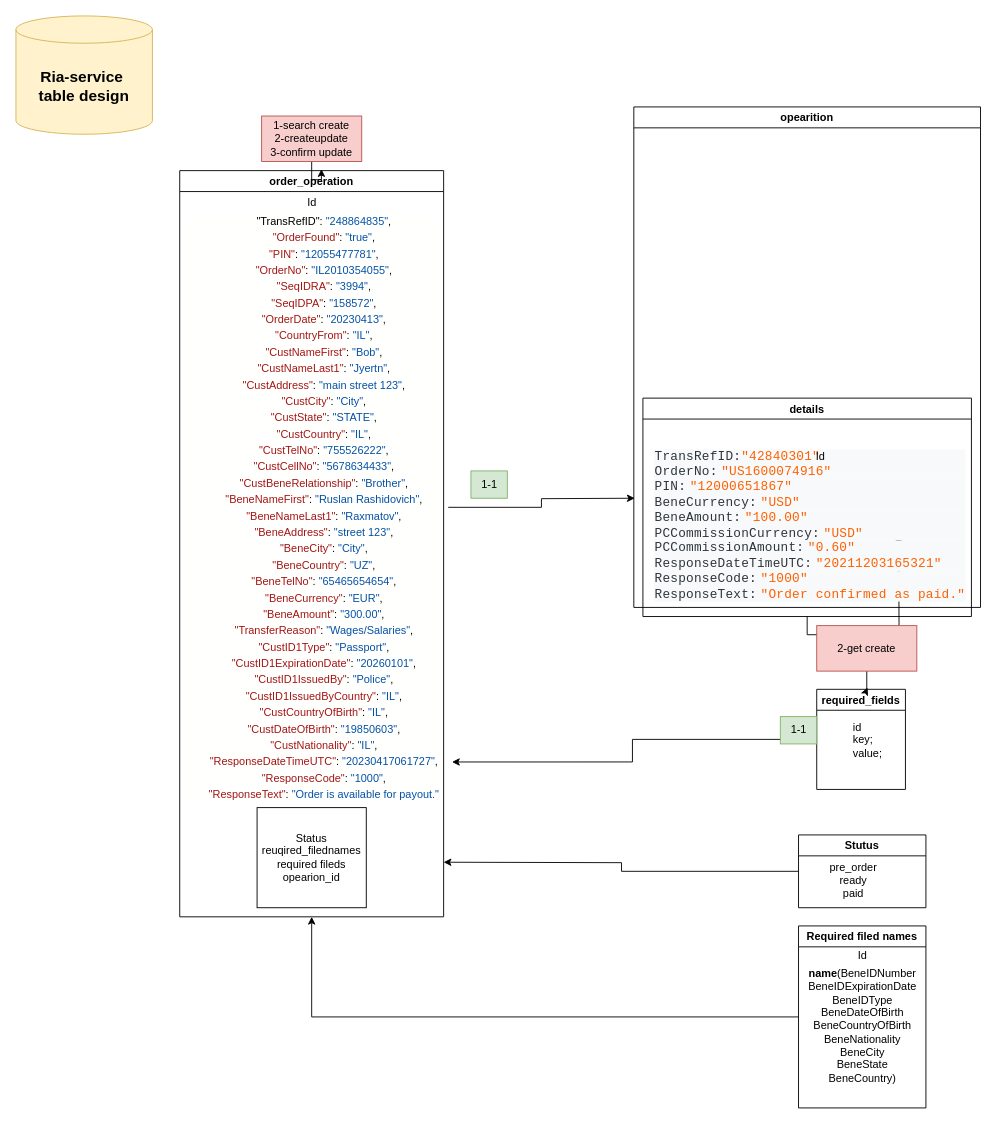
This is draw/src/Restore.drawio from Sanjarbekk/draw, a draw.io file, before an edit. Source tidied: cells renumbered, new cells numbered last; positions are measured from the earlier drawing's top-left corner, leaving out a move shared by most shapes. Both pictures are drawn from the tidied source at 91%, with x=0, y=0 at pixel (15, 15).
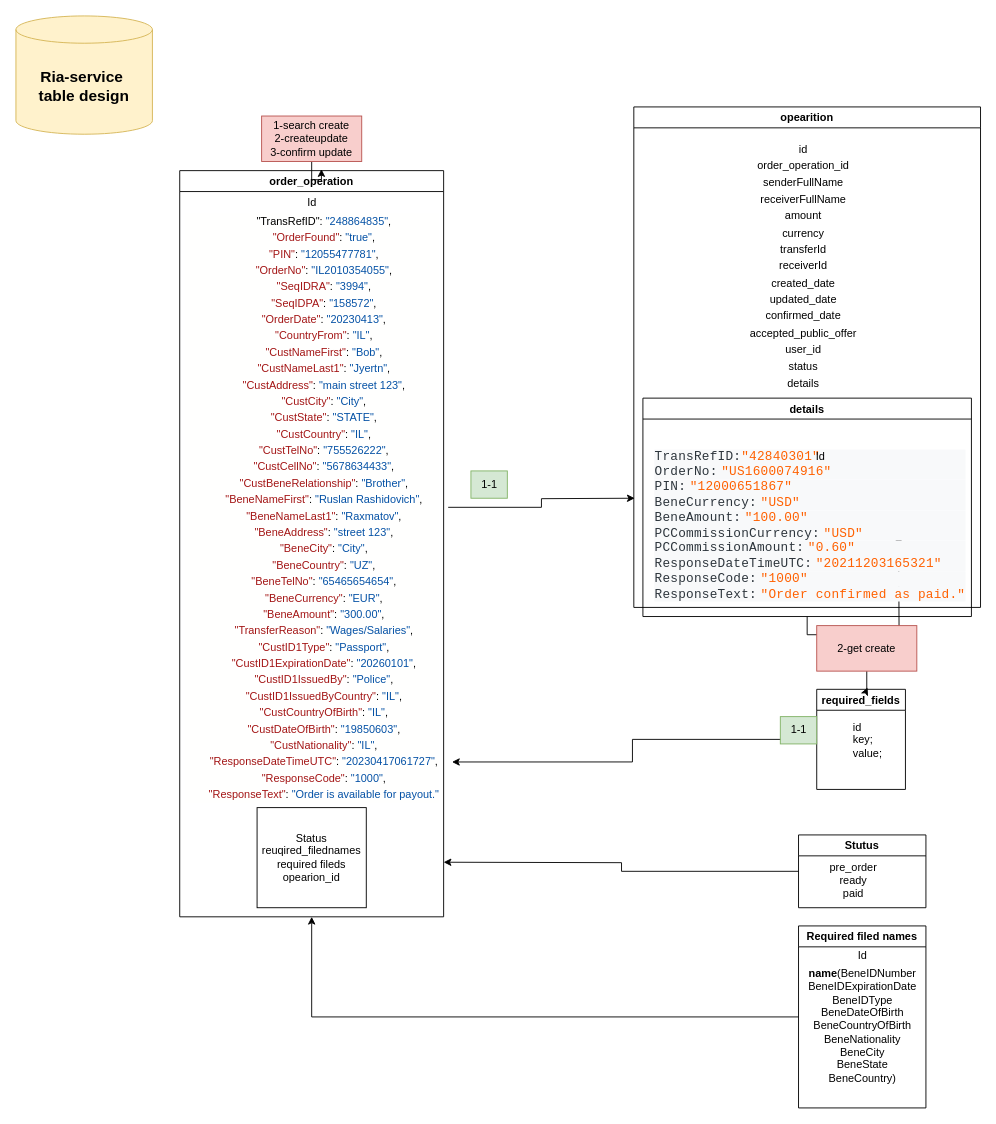
The same page after the edit.

The change refers to these unchanged cells:
```xml
<mxCell id="24" value="opearition" style="swimlane;" parent="1" vertex="1">
  <mxGeometry x="679" y="100" width="381" height="550" as="geometry" />
</mxCell>
```

Diff of the diagram source:
```diff
@@
+    <mxCell id="30" value="&lt;table class=&quot;simple-table&quot; id=&quot;658775f5-28e8-45a2-a529-dcf2a6786003&quot;&gt;&lt;tbody&gt;&lt;tr id=&quot;53ec0761-db17-42a1-8a06-e2fac3fd42f3&quot;&gt;&lt;td class=&quot;&quot; id=&quot;G&lt;Z;&quot;&gt;id&lt;/td&gt;&lt;/tr&gt;&lt;tr id=&quot;32dee80d-a65d-4637-bdad-cf8ba9c101a7&quot;&gt;&lt;td class=&quot;&quot; id=&quot;G&lt;Z;&quot;&gt;order_operation_id&lt;/td&gt;&lt;/tr&gt;&lt;tr id=&quot;cc85d109-9440-4aad-8c01-1e4d54f89d7a&quot;&gt;&lt;td class=&quot;&quot; id=&quot;G&lt;Z;&quot;&gt;senderFullName&lt;/td&gt;&lt;/tr&gt;&lt;tr id=&quot;976030e5-382e-40c7-994c-0fcd85dbaaa7&quot;&gt;&lt;td class=&quot;&quot; id=&quot;G&lt;Z;&quot;&gt;receiverFullName&lt;/td&gt;&lt;/tr&gt;&lt;tr id=&quot;71bd08a4-fa95-49f5-87e1-4124f4071924&quot;&gt;&lt;td class=&quot;&quot; id=&quot;G&lt;Z;&quot;&gt;amount&lt;/td&gt;&lt;/tr&gt;&lt;tr id=&quot;ed2ab5a3-f138-4a3c-bcba-30c0fc5db392&quot;&gt;&lt;td class=&quot;&quot; id=&quot;G&lt;Z;&quot;&gt;currency&lt;/td&gt;&lt;/tr&gt;&lt;tr id=&quot;e8760499-8b98-4e67-bcfc-9770572673bc&quot;&gt;&lt;td class=&quot;&quot; id=&quot;G&lt;Z;&quot;&gt;transferId&lt;/td&gt;&lt;/tr&gt;&lt;tr id=&quot;0f2ae83f-9ec3-4b54-8232-0528aa5e63cf&quot;&gt;&lt;td class=&quot;&quot; id=&quot;G&lt;Z;&quot;&gt;receiverId&lt;/td&gt;&lt;/tr&gt;&lt;tr id=&quot;02988c77-b5c2-4af3-b527-6626a02de4b6&quot;&gt;&lt;td class=&quot;&quot; id=&quot;G&lt;Z;&quot;&gt;created_date&lt;/td&gt;&lt;/tr&gt;&lt;tr id=&quot;77dd4a66-4422-446d-bf54-74dd88acab92&quot;&gt;&lt;td class=&quot;&quot; id=&quot;G&lt;Z;&quot;&gt;updated_date&lt;/td&gt;&lt;/tr&gt;&lt;tr id=&quot;deb633f0-5688-494a-91ad-32fec8d19413&quot;&gt;&lt;td class=&quot;&quot; id=&quot;G&lt;Z;&quot;&gt;confirmed_date&lt;/td&gt;&lt;/tr&gt;&lt;tr id=&quot;27fe1c36-e73f-407d-819d-55fe09854288&quot;&gt;&lt;td class=&quot;&quot; id=&quot;G&lt;Z;&quot;&gt;accepted_public_offer&lt;/td&gt;&lt;/tr&gt;&lt;tr id=&quot;20a8ede2-9fff-40fd-b065-2d709aff42b3&quot;&gt;&lt;td class=&quot;&quot; id=&quot;G&lt;Z;&quot;&gt;user_id&lt;/td&gt;&lt;/tr&gt;&lt;tr id=&quot;c3ee6694-d12f-4e02-8581-79401246b51d&quot;&gt;&lt;td class=&quot;&quot; id=&quot;G&lt;Z;&quot;&gt;status&lt;/td&gt;&lt;/tr&gt;&lt;tr id=&quot;902d60d6-593a-4789-93e7-bf1280a4815a&quot;&gt;&lt;td class=&quot;&quot; id=&quot;G&lt;Z;&quot;&gt;details&lt;/td&gt;&lt;/tr&gt;&lt;/tbody&gt;&lt;/table&gt;" style="text;html=1;align=center;verticalAlign=middle;strokeColor=none;fillColor=none;" parent="24" vertex="1">
+      <mxGeometry x="111" y="30" width="150" height="290" as="geometry" />
+    </mxCell>
```
